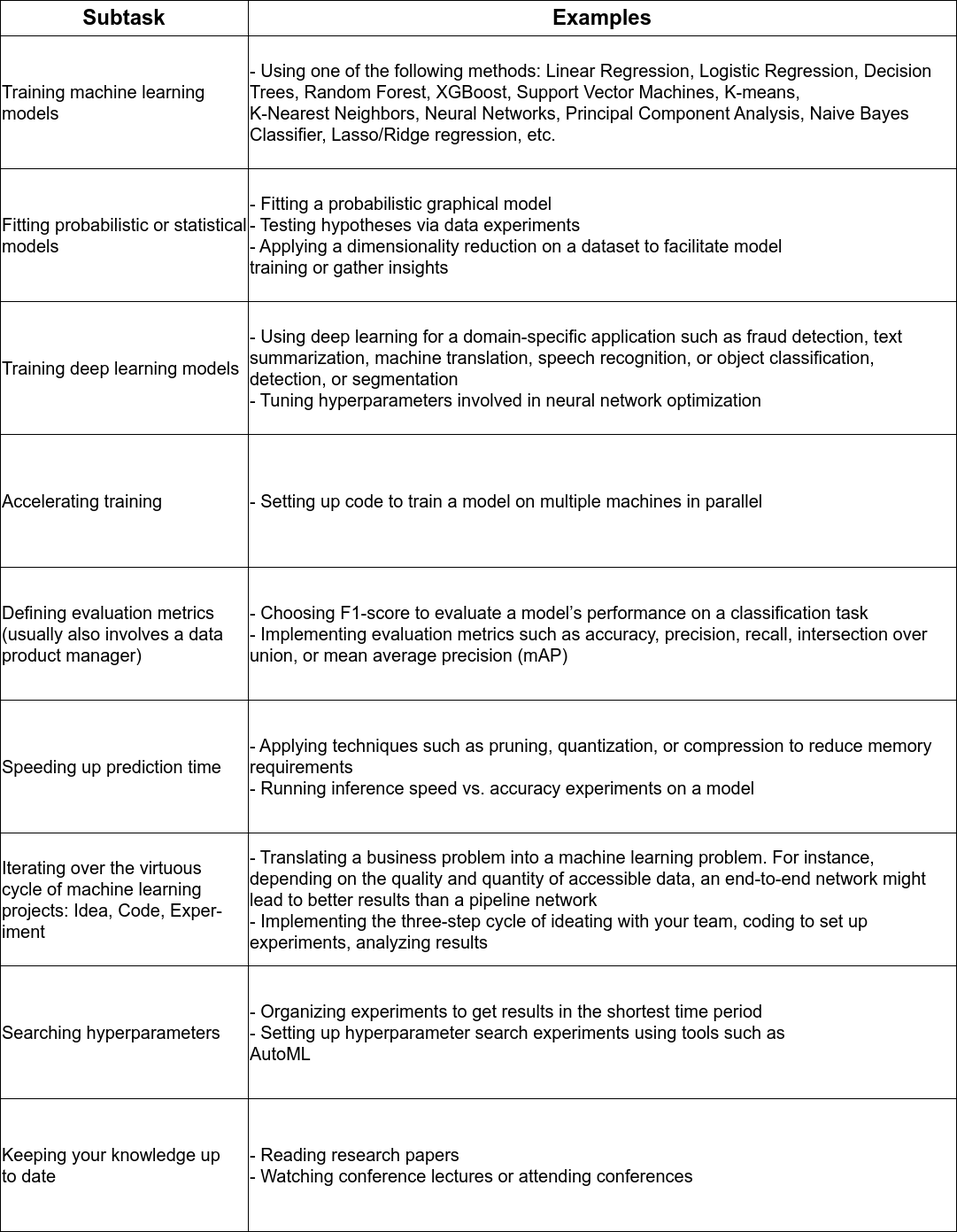
Earlier version of the draw.io export diagrams/tasks_modeling.drawio.png (ryndovaira-org/data_science_lectures). Source tidied: cells renumbered, new cells last; positions are measured from the earlier drawing's top-left corner, leaving out a move shared by most shapes.
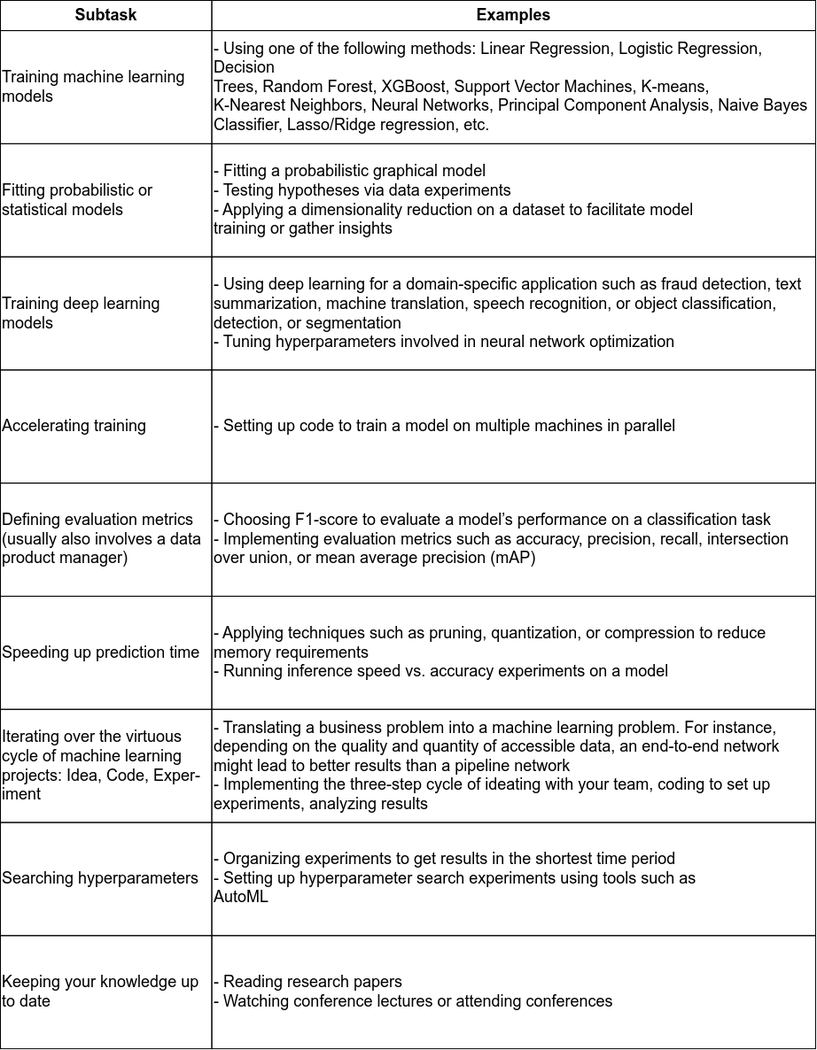
After the commit.

Change to the diagram source:
```diff
@@ -2,65 +2,68 @@
   <root>
     <mxCell id="0" />
     <mxCell id="1" parent="0" />
+    <mxCell id="22" style="group;fontSize=18;" parent="1" vertex="1">
+      <mxGeometry width="920" height="1184.1" as="geometry" />
+    </mxCell>
-    <mxCell id="2" value="&lt;font style=&quot;font-size: 24px;&quot;&gt;Subtask&lt;/font&gt;" style="rounded=0;whiteSpace=wrap;html=1;fillColor=none;fontSize=24;fontStyle=1;" parent="1" vertex="1">
-      <mxGeometry width="280" height="40" as="geometry" />
+    <mxCell id="2" value="&lt;font style=&quot;font-size: 18px;&quot;&gt;Subtask&lt;/font&gt;" style="rounded=0;whiteSpace=wrap;html=1;fillColor=none;fontSize=18;fontStyle=1;" parent="22" vertex="1">
+      <mxGeometry width="238.5" height="34.1" as="geometry" />
     </mxCell>
-    <mxCell id="3" value="&lt;font style=&quot;font-size: 24px;&quot;&gt;Examples&lt;/font&gt;" style="rounded=0;whiteSpace=wrap;html=1;fillColor=none;fontSize=24;fontStyle=1;" parent="1" vertex="1">
-      <mxGeometry x="280" width="800" height="40" as="geometry" />
+    <mxCell id="3" value="&lt;font style=&quot;font-size: 18px;&quot;&gt;Examples&lt;/font&gt;" style="rounded=0;whiteSpace=wrap;html=1;fillColor=none;fontSize=18;fontStyle=1;" parent="22" vertex="1">
+      <mxGeometry x="238.5" width="681.5" height="34.1" as="geometry" />
     </mxCell>
-    <mxCell id="4" value="&lt;div style=&quot;&quot;&gt;&lt;div&gt;Training machine learning&lt;/div&gt;&lt;div&gt;models&lt;/div&gt;&lt;/div&gt;" style="rounded=0;whiteSpace=wrap;html=1;align=left;fontSize=20;fillColor=none;" parent="1" vertex="1">
-      <mxGeometry y="40" width="280" height="150" as="geometry" />
+    <mxCell id="4" value="&lt;div style=&quot;font-size: 18px;&quot;&gt;&lt;div style=&quot;font-size: 18px;&quot;&gt;Training machine learning&lt;/div&gt;&lt;div style=&quot;font-size: 18px;&quot;&gt;models&lt;/div&gt;&lt;/div&gt;" style="rounded=0;whiteSpace=wrap;html=1;align=left;fontSize=18;fillColor=none;" parent="22" vertex="1">
+      <mxGeometry y="34.1" width="238.5" height="127.8" as="geometry" />
     </mxCell>
-    <mxCell id="5" value="&lt;div&gt;- Using one of the following methods: Linear Regression, Logistic Regression, Decision&lt;/div&gt;&lt;div&gt;Trees, Random Forest, XGBoost, Support Vector Machines, K-means,&amp;nbsp;&lt;/div&gt;&lt;div&gt;K-Nearest&amp;nbsp;&lt;span style=&quot;background-color: initial;&quot;&gt;Neighbors, Neural Networks, Principal Component Analysis, Naive Bayes Classifier,&amp;nbsp;&lt;/span&gt;&lt;span style=&quot;background-color: initial;&quot;&gt;Lasso/Ridge regression, etc.&lt;/span&gt;&lt;/div&gt;" style="rounded=0;whiteSpace=wrap;html=1;align=left;fontSize=20;fillColor=none;" parent="1" vertex="1">
-      <mxGeometry x="280" y="40" width="800" height="150" as="geometry" />
+    <mxCell id="5" value="&lt;div style=&quot;font-size: 18px;&quot;&gt;- Using one of the following methods: Linear Regression, Logistic Regression, Decision&lt;/div&gt;&lt;div style=&quot;font-size: 18px;&quot;&gt;Trees, Random Forest, XGBoost, Support Vector Machines, K-means,&amp;nbsp;&lt;/div&gt;&lt;div style=&quot;font-size: 18px;&quot;&gt;K-Nearest&amp;nbsp;&lt;span style=&quot;background-color: initial; font-size: 18px;&quot;&gt;Neighbors, Neural Networks, Principal Component Analysis, Naive Bayes Classifier,&amp;nbsp;&lt;/span&gt;&lt;span style=&quot;background-color: initial; font-size: 18px;&quot;&gt;Lasso/Ridge regression, etc.&lt;/span&gt;&lt;/div&gt;" style="rounded=0;whiteSpace=wrap;html=1;align=left;fontSize=18;fillColor=none;" parent="22" vertex="1">
+      <mxGeometry x="238.5" y="34.1" width="681.5" height="127.8" as="geometry" />
     </mxCell>
-    <mxCell id="6" value="&lt;div style=&quot;&quot;&gt;Fitting probabilistic or statistical models&lt;br&gt;&lt;/div&gt;" style="rounded=0;html=1;fontSize=20;align=left;labelBackgroundColor=none;fillColor=none;whiteSpace=wrap;" parent="1" vertex="1">
-      <mxGeometry y="190" width="280" height="150" as="geometry" />
+    <mxCell id="6" value="&lt;div style=&quot;font-size: 18px;&quot;&gt;Fitting probabilistic or statistical models&lt;br style=&quot;font-size: 18px;&quot;&gt;&lt;/div&gt;" style="rounded=0;html=1;fontSize=18;align=left;labelBackgroundColor=none;fillColor=none;whiteSpace=wrap;" parent="22" vertex="1">
+      <mxGeometry y="161.9" width="238.5" height="127.8" as="geometry" />
     </mxCell>
-    <mxCell id="7" value="&lt;div&gt;- Fitting a probabilistic graphical model&lt;/div&gt;&lt;div&gt;- Testing hypotheses via data experiments&lt;/div&gt;&lt;div&gt;- Applying a dimensionality reduction on a dataset to facilitate model&lt;/div&gt;&lt;div&gt;training or gather insights&lt;/div&gt;" style="rounded=0;html=1;fontSize=20;align=left;labelBackgroundColor=none;fillColor=none;whiteSpace=wrap;" parent="1" vertex="1">
-      <mxGeometry x="280" y="190" width="800" height="150" as="geometry" />
+    <mxCell id="7" value="&lt;div style=&quot;font-size: 18px;&quot;&gt;- Fitting a probabilistic graphical model&lt;/div&gt;&lt;div style=&quot;font-size: 18px;&quot;&gt;- Testing hypotheses via data experiments&lt;/div&gt;&lt;div style=&quot;font-size: 18px;&quot;&gt;- Applying a dimensionality reduction on a dataset to facilitate model&lt;/div&gt;&lt;div style=&quot;font-size: 18px;&quot;&gt;training or gather insights&lt;/div&gt;" style="rounded=0;html=1;fontSize=18;align=left;labelBackgroundColor=none;fillColor=none;whiteSpace=wrap;" parent="22" vertex="1">
+      <mxGeometry x="238.5" y="161.9" width="681.5" height="127.8" as="geometry" />
     </mxCell>
-    <mxCell id="8" value="Training deep learning models" style="rounded=0;html=1;fontSize=20;align=left;labelBackgroundColor=none;fillColor=none;whiteSpace=wrap;" parent="1" vertex="1">
-      <mxGeometry y="340" width="280" height="150" as="geometry" />
+    <mxCell id="8" value="Training deep learning models" style="rounded=0;html=1;fontSize=18;align=left;labelBackgroundColor=none;fillColor=none;whiteSpace=wrap;" parent="22" vertex="1">
+      <mxGeometry y="289.6" width="238.5" height="127.8" as="geometry" />
     </mxCell>
-    <mxCell id="9" value="&lt;div&gt;- Using deep learning for a domain-specific application such as fraud detection, text&lt;/div&gt;&lt;div&gt;summarization, machine translation, speech recognition, or object&amp;nbsp;&lt;span style=&quot;background-color: initial;&quot;&gt;classification, detection, or segmentation&lt;/span&gt;&lt;/div&gt;&lt;div&gt;- Tuning hyperparameters involved in neural network optimization&lt;/div&gt;" style="rounded=0;html=1;fontSize=20;align=left;labelBackgroundColor=none;fillColor=none;whiteSpace=wrap;" parent="1" vertex="1">
-      <mxGeometry x="280" y="340" width="800" height="150" as="geometry" />
+    <mxCell id="9" value="&lt;div style=&quot;font-size: 18px;&quot;&gt;- Using deep learning for a domain-specific application such as fraud detection, text&lt;/div&gt;&lt;div style=&quot;font-size: 18px;&quot;&gt;summarization, machine translation, speech recognition, or object&amp;nbsp;&lt;span style=&quot;background-color: initial; font-size: 18px;&quot;&gt;classification, detection, or segmentation&lt;/span&gt;&lt;/div&gt;&lt;div style=&quot;font-size: 18px;&quot;&gt;- Tuning hyperparameters involved in neural network optimization&lt;/div&gt;" style="rounded=0;html=1;fontSize=18;align=left;labelBackgroundColor=none;fillColor=none;whiteSpace=wrap;" parent="22" vertex="1">
+      <mxGeometry x="238.5" y="289.6" width="681.5" height="127.8" as="geometry" />
     </mxCell>
-    <mxCell id="10" value="Accelerating training" style="rounded=0;html=1;fontSize=20;align=left;labelBackgroundColor=none;fillColor=none;whiteSpace=wrap;" parent="1" vertex="1">
-      <mxGeometry y="490" width="280" height="150" as="geometry" />
+    <mxCell id="10" value="Accelerating training" style="rounded=0;html=1;fontSize=18;align=left;labelBackgroundColor=none;fillColor=none;whiteSpace=wrap;" parent="22" vertex="1">
+      <mxGeometry y="417.4" width="238.5" height="127.8" as="geometry" />
     </mxCell>
-    <mxCell id="11" value="- Setting up code to train a model on multiple machines in parallel" style="rounded=0;html=1;fontSize=20;align=left;labelBackgroundColor=none;fillColor=none;whiteSpace=wrap;" parent="1" vertex="1">
-      <mxGeometry x="280" y="490" width="800" height="150" as="geometry" />
+    <mxCell id="11" value="- Setting up code to train a model on multiple machines in parallel" style="rounded=0;html=1;fontSize=18;align=left;labelBackgroundColor=none;fillColor=none;whiteSpace=wrap;" parent="22" vertex="1">
+      <mxGeometry x="238.5" y="417.4" width="681.5" height="127.8" as="geometry" />
     </mxCell>
-    <mxCell id="12" value="&lt;div&gt;Defining evaluation metrics&lt;/div&gt;&lt;div&gt;(usually also involves a data&lt;/div&gt;&lt;div&gt;product manager)&lt;/div&gt;" style="rounded=0;html=1;fontSize=20;align=left;labelBackgroundColor=none;fillColor=none;whiteSpace=wrap;" parent="1" vertex="1">
-      <mxGeometry y="640" width="280" height="150" as="geometry" />
+    <mxCell id="12" value="&lt;div style=&quot;font-size: 18px;&quot;&gt;Defining evaluation metrics&lt;/div&gt;&lt;div style=&quot;font-size: 18px;&quot;&gt;(usually also involves a data&lt;/div&gt;&lt;div style=&quot;font-size: 18px;&quot;&gt;product manager)&lt;/div&gt;" style="rounded=0;html=1;fontSize=18;align=left;labelBackgroundColor=none;fillColor=none;whiteSpace=wrap;" parent="22" vertex="1">
+      <mxGeometry y="545.2" width="238.5" height="127.8" as="geometry" />
     </mxCell>
-    <mxCell id="13" value="&lt;div&gt;- Choosing F1-score to evaluate a model’s performance on a classification task&lt;/div&gt;&lt;div&gt;- Implementing evaluation metrics such as accuracy, precision, recall,&amp;nbsp;&lt;span style=&quot;background-color: initial;&quot;&gt;intersection over union, or mean average precision (mAP)&lt;/span&gt;&lt;/div&gt;" style="rounded=0;html=1;fontSize=20;align=left;labelBackgroundColor=none;fillColor=none;whiteSpace=wrap;" parent="1" vertex="1">
-      <mxGeometry x="280" y="640" width="800" height="150" as="geometry" />
+    <mxCell id="13" value="&lt;div style=&quot;font-size: 18px;&quot;&gt;- Choosing F1-score to evaluate a model’s performance on a classification task&lt;/div&gt;&lt;div style=&quot;font-size: 18px;&quot;&gt;- Implementing evaluation metrics such as accuracy, precision, recall,&amp;nbsp;&lt;span style=&quot;background-color: initial; font-size: 18px;&quot;&gt;intersection over union, or mean average precision (mAP)&lt;/span&gt;&lt;/div&gt;" style="rounded=0;html=1;fontSize=18;align=left;labelBackgroundColor=none;fillColor=none;whiteSpace=wrap;" parent="22" vertex="1">
+      <mxGeometry x="238.5" y="545.2" width="681.5" height="127.8" as="geometry" />
     </mxCell>
-    <mxCell id="14" value="Speeding up prediction time" style="rounded=0;html=1;fontSize=20;align=left;labelBackgroundColor=none;fillColor=none;whiteSpace=wrap;" parent="1" vertex="1">
-      <mxGeometry y="790" width="280" height="150" as="geometry" />
+    <mxCell id="14" value="Speeding up prediction time" style="rounded=0;html=1;fontSize=18;align=left;labelBackgroundColor=none;fillColor=none;whiteSpace=wrap;" parent="22" vertex="1">
+      <mxGeometry y="673" width="238.5" height="127.8" as="geometry" />
     </mxCell>
-    <mxCell id="15" value="&lt;div&gt;- Applying techniques such as pruning, quantization, or compression to&amp;nbsp;&lt;span style=&quot;background-color: initial;&quot;&gt;reduce memory requirements&lt;/span&gt;&lt;/div&gt;&lt;div&gt;- Running inference speed vs. accuracy experiments on a model&lt;/div&gt;" style="rounded=0;html=1;fontSize=20;align=left;labelBackgroundColor=none;fillColor=none;whiteSpace=wrap;" parent="1" vertex="1">
-      <mxGeometry x="280" y="790" width="800" height="150" as="geometry" />
+    <mxCell id="15" value="&lt;div style=&quot;font-size: 18px;&quot;&gt;- Applying techniques such as pruning, quantization, or compression to&amp;nbsp;&lt;span style=&quot;background-color: initial; font-size: 18px;&quot;&gt;reduce memory requirements&lt;/span&gt;&lt;/div&gt;&lt;div style=&quot;font-size: 18px;&quot;&gt;- Running inference speed vs. accuracy experiments on a model&lt;/div&gt;" style="rounded=0;html=1;fontSize=18;align=left;labelBackgroundColor=none;fillColor=none;whiteSpace=wrap;" parent="22" vertex="1">
+      <mxGeometry x="238.5" y="673" width="681.5" height="127.8" as="geometry" />
     </mxCell>
-    <mxCell id="16" value="&lt;div&gt;Iterating over the virtuous&lt;/div&gt;&lt;div&gt;cycle of machine learning&lt;/div&gt;&lt;div&gt;projects: Idea, Code, Exper-&lt;/div&gt;&lt;div&gt;iment&lt;/div&gt;" style="rounded=0;html=1;fontSize=20;align=left;labelBackgroundColor=none;fillColor=none;whiteSpace=wrap;" parent="1" vertex="1">
-      <mxGeometry y="940" width="280" height="150" as="geometry" />
+    <mxCell id="16" value="&lt;div style=&quot;font-size: 18px;&quot;&gt;Iterating over the virtuous&lt;/div&gt;&lt;div style=&quot;font-size: 18px;&quot;&gt;cycle of machine learning&lt;/div&gt;&lt;div style=&quot;font-size: 18px;&quot;&gt;projects: Idea, Code, Exper-&lt;/div&gt;&lt;div style=&quot;font-size: 18px;&quot;&gt;iment&lt;/div&gt;" style="rounded=0;html=1;fontSize=18;align=left;labelBackgroundColor=none;fillColor=none;whiteSpace=wrap;" parent="22" vertex="1">
+      <mxGeometry y="800.7" width="238.5" height="127.8" as="geometry" />
     </mxCell>
-    <mxCell id="17" value="&lt;div&gt;- Translating a business problem into a machine learning problem. For&amp;nbsp;&lt;span style=&quot;background-color: initial;&quot;&gt;instance, depending on the quality and quantity of accessible data, an&amp;nbsp;&lt;/span&gt;&lt;span style=&quot;background-color: initial;&quot;&gt;end-to-end network might lead to better results than a pipeline network&amp;nbsp;&lt;/span&gt;&lt;/div&gt;&lt;div&gt;&lt;span style=&quot;background-color: initial;&quot;&gt;- Implementing the three-step cycle of ideating with your team, coding&amp;nbsp;&lt;/span&gt;&lt;span style=&quot;background-color: initial;&quot;&gt;to set up experiments, analyzing results&lt;/span&gt;&lt;/div&gt;" style="rounded=0;html=1;fontSize=20;align=left;labelBackgroundColor=none;fillColor=none;whiteSpace=wrap;" parent="1" vertex="1">
-      <mxGeometry x="280" y="940" width="800" height="150" as="geometry" />
+    <mxCell id="17" value="&lt;div style=&quot;font-size: 18px;&quot;&gt;- Translating a business problem into a machine learning problem. For&amp;nbsp;&lt;span style=&quot;background-color: initial; font-size: 18px;&quot;&gt;instance, depending on the quality and quantity of accessible data, an&amp;nbsp;&lt;/span&gt;&lt;span style=&quot;background-color: initial; font-size: 18px;&quot;&gt;end-to-end network might lead to better results than a pipeline network&amp;nbsp;&lt;/span&gt;&lt;/div&gt;&lt;div style=&quot;font-size: 18px;&quot;&gt;&lt;span style=&quot;background-color: initial; font-size: 18px;&quot;&gt;- Implementing the three-step cycle of ideating with your team, coding&amp;nbsp;&lt;/span&gt;&lt;span style=&quot;background-color: initial; font-size: 18px;&quot;&gt;to set up experiments, analyzing results&lt;/span&gt;&lt;/div&gt;" style="rounded=0;html=1;fontSize=18;align=left;labelBackgroundColor=none;fillColor=none;whiteSpace=wrap;" parent="22" vertex="1">
+      <mxGeometry x="238.5" y="800.7" width="681.5" height="127.8" as="geometry" />
     </mxCell>
-    <mxCell id="18" value="Searching hyperparameters" style="rounded=0;html=1;fontSize=20;align=left;labelBackgroundColor=none;fillColor=none;whiteSpace=wrap;" parent="1" vertex="1">
-      <mxGeometry y="1090" width="280" height="150" as="geometry" />
+    <mxCell id="18" value="Searching hyperparameters" style="rounded=0;html=1;fontSize=18;align=left;labelBackgroundColor=none;fillColor=none;whiteSpace=wrap;" parent="22" vertex="1">
+      <mxGeometry y="928.5" width="238.5" height="127.8" as="geometry" />
     </mxCell>
-    <mxCell id="19" value="- Organizing experiments to get results in the shortest time period&lt;br&gt;&lt;div&gt;- Setting up hyperparameter search experiments using tools such as&lt;/div&gt;&lt;div&gt;AutoML&lt;/div&gt;" style="rounded=0;html=1;fontSize=20;align=left;labelBackgroundColor=none;fillColor=none;whiteSpace=wrap;" parent="1" vertex="1">
-      <mxGeometry x="280" y="1090" width="800" height="150" as="geometry" />
+    <mxCell id="19" value="- Organizing experiments to get results in the shortest time period&lt;br style=&quot;font-size: 18px;&quot;&gt;&lt;div style=&quot;font-size: 18px;&quot;&gt;- Setting up hyperparameter search experiments using tools such as&lt;/div&gt;&lt;div style=&quot;font-size: 18px;&quot;&gt;AutoML&lt;/div&gt;" style="rounded=0;html=1;fontSize=18;align=left;labelBackgroundColor=none;fillColor=none;whiteSpace=wrap;" parent="22" vertex="1">
+      <mxGeometry x="238.5" y="928.5" width="681.5" height="127.8" as="geometry" />
     </mxCell>
-    <mxCell id="20" value="&lt;div&gt;Keeping your knowledge up&lt;/div&gt;&lt;div&gt;to date&lt;/div&gt;" style="rounded=0;html=1;fontSize=20;align=left;labelBackgroundColor=none;fillColor=none;whiteSpace=wrap;" parent="1" vertex="1">
-      <mxGeometry y="1240" width="280" height="150" as="geometry" />
+    <mxCell id="20" value="&lt;div style=&quot;font-size: 18px;&quot;&gt;Keeping your knowledge up&lt;/div&gt;&lt;div style=&quot;font-size: 18px;&quot;&gt;to date&lt;/div&gt;" style="rounded=0;html=1;fontSize=18;align=left;labelBackgroundColor=none;fillColor=none;whiteSpace=wrap;" parent="22" vertex="1">
+      <mxGeometry y="1056.3" width="238.5" height="127.8" as="geometry" />
     </mxCell>
-    <mxCell id="21" value="&lt;div&gt;- Reading research papers&lt;/div&gt;&lt;div&gt;- Watching conference lectures or attending conferences&lt;/div&gt;" style="rounded=0;html=1;fontSize=20;align=left;labelBackgroundColor=none;fillColor=none;whiteSpace=wrap;" parent="1" vertex="1">
-      <mxGeometry x="280" y="1240" width="800" height="150" as="geometry" />
+    <mxCell id="21" value="&lt;div style=&quot;font-size: 18px;&quot;&gt;- Reading research papers&lt;/div&gt;&lt;div style=&quot;font-size: 18px;&quot;&gt;- Watching conference lectures or attending conferences&lt;/div&gt;" style="rounded=0;html=1;fontSize=18;align=left;labelBackgroundColor=none;fillColor=none;whiteSpace=wrap;" parent="22" vertex="1">
+      <mxGeometry x="238.5" y="1056.3" width="681.5" height="127.8" as="geometry" />
     </mxCell>
   </root>
 </mxGraphModel>
```
